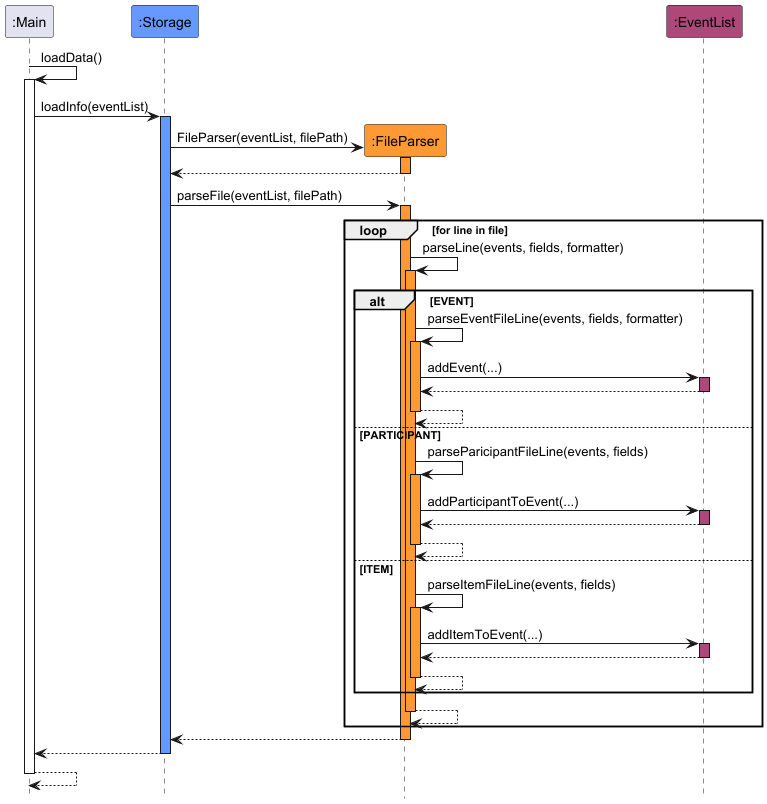
The PlantUML diagram docs/images/StorageLoadingSequenceDiagram.png in nus-cs2113-AY2425S1/tp, before a commit.
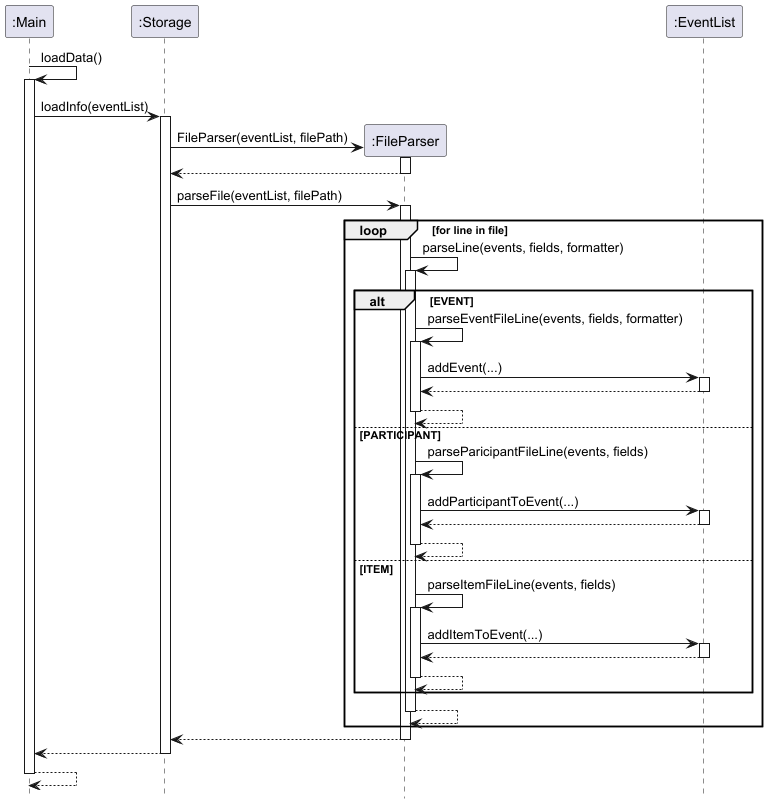
After the change.

The edit, as a diff of the source:
```diff
@@ -3,48 +3,48 @@
 hide footbox
 
 Participant ":Main" as main
-Participant ":Storage" as storage STORAGE_COLOUR
-Participant ":FileParser" as parser PARSER_COLOUR
-Participant ":EventList" as events EVENT_COLOUR
+Participant ":Storage" as storage
+Participant ":FileParser" as parser
+Participant ":EventList" as events
 
 main -> main : loadData()
 activate main
 main -> storage : loadInfo(eventList)
-activate storage STORAGE_COLOUR
+activate storage
 
 create parser
 storage -> parser : FileParser(eventList, filePath)
-activate parser PARSER_COLOUR
+activate parser
 return
 
 storage -> parser : parseFile(eventList, filePath)
-activate parser PARSER_COLOUR
+activate parser
 
 loop for line in file
 
 
     parser -> parser : parseLine(events, fields, formatter)
-    activate parser PARSER_COLOUR
+    activate parser
 
     alt EVENT
         parser -> parser : parseEventFileLine(events, fields, formatter)
-        activate parser PARSER_COLOUR
+        activate parser
         parser -> events : addEvent(...)
-        activate events EVENT_COLOUR
+        activate events
         return
         return
     else PARTICIPANT
         parser -> parser : parseParicipantFileLine(events, fields)
-        activate parser PARSER_COLOUR
+        activate parser
         parser -> events : addParticipantToEvent(...)
-        activate events EVENT_COLOUR
+        activate events
         return
         return
     else ITEM
         parser -> parser : parseItemFileLine(events, fields)
-        activate parser PARSER_COLOUR
+        activate parser
         parser -> events : addItemToEvent(...)
-        activate events EVENT_COLOUR
+        activate events
         return
         return
     end
```
